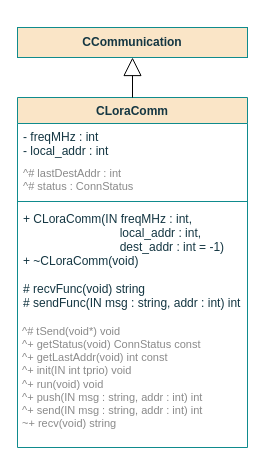
ESRGgroup9/slipad keeps this draw.io diagram as page "Class" (1 of 4) of documentation/flowcharts/02Classes/CLoraComm.drawio. Above is the earlier version. Source tidied: cells renumbered, new cells numbered last; positions are measured from the earlier drawing's top-left corner, leaving out a move shared by most shapes. Both pictures are drawn from the tidied source at 100%, with x=0, y=0 at pixel (17, 27).
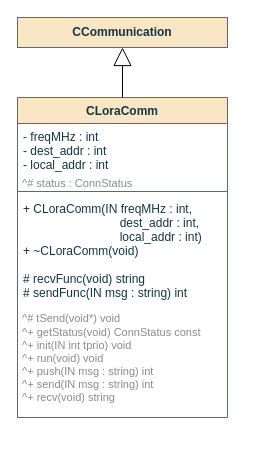
The same diagram, later.

Diff of the diagram source:
```diff
@@
 <mxGraphModel>
   <root>
     <mxCell id="0" />
     <mxCell id="1" parent="0" />
     <mxCell id="2" value="CLoraComm" style="swimlane;fontStyle=1;align=center;verticalAlign=top;horizontal=1;startSize=26;fillColor=#FAE5C7;strokeColor=#0F8B8D;fontColor=#143642;" parent="1" vertex="1">
-      <mxGeometry y="70" width="230" height="350" as="geometry" />
+      <mxGeometry y="70" width="210" height="320" as="geometry" />
     </mxCell>
-    <mxCell id="3" value="- freqMHz : int&#10;- local_addr : int&#10;&#10;&#10;&#10;&#10;&#10;" style="text;strokeColor=none;fillColor=none;align=left;verticalAlign=top;spacingLeft=4;spacingRight=4;overflow=hidden;fontColor=#143642;" parent="2" vertex="1">
-      <mxGeometry y="26" width="230" height="74" as="geometry" />
+    <mxCell id="3" value="- freqMHz : int&#10;- dest_addr : int&#10;- local_addr : int&#10;&#10;&#10;&#10;&#10;&#10;" style="text;strokeColor=none;fillColor=none;align=left;verticalAlign=top;spacingLeft=4;spacingRight=4;overflow=hidden;fontColor=#143642;" parent="2" vertex="1">
+      <mxGeometry y="26" width="210" height="64" as="geometry" />
     </mxCell>
     <mxCell id="4" style="line;strokeWidth=1;fillColor=none;align=left;verticalAlign=middle;spacingTop=-1;spacingLeft=3;spacingRight=3;labelPosition=right;labelBackgroundColor=#DAD2D8;strokeColor=#0F8B8D;fontColor=#143642;" parent="2" vertex="1">
-      <mxGeometry y="100" width="230" height="8" as="geometry" />
+      <mxGeometry y="90" width="210" height="8" as="geometry" />
     </mxCell>
-    <mxCell id="5" value="+ CLoraComm(IN freqMHz : int,&#10;                             local_addr : int,&#10;                             dest_addr : int = -1)&#10;+ ~CLoraComm(void)&#10;&#10;# recvFunc(void) string&#10;# sendFunc(IN msg : string, addr : int) int &#10;&#10;&#10;&#10;" style="text;strokeColor=none;fillColor=none;align=left;verticalAlign=top;spacingLeft=4;spacingRight=4;overflow=hidden;fontColor=#143642;" parent="2" vertex="1">
-      <mxGeometry y="108" width="230" height="242" as="geometry" />
+    <mxCell id="5" value="+ CLoraComm(IN freqMHz : int,&#10;                             dest_addr : int,&#10;                             local_addr : int)&#10;+ ~CLoraComm(void)&#10;&#10;# recvFunc(void) string&#10;# sendFunc(IN msg : string) int &#10;&#10;&#10;&#10;" style="text;strokeColor=none;fillColor=none;align=left;verticalAlign=top;spacingLeft=4;spacingRight=4;overflow=hidden;fontColor=#143642;" parent="2" vertex="1">
+      <mxGeometry y="98" width="210" height="222" as="geometry" />
     </mxCell>
     <mxCell id="6" value="CCommunication" style="rounded=0;whiteSpace=wrap;html=1;sketch=0;fontColor=#143642;strokeColor=#0F8B8D;fillColor=#FAE5C7;fontStyle=1;" parent="1" vertex="1">
-      <mxGeometry width="230" height="30" as="geometry" />
+      <mxGeometry y="-10" width="210" height="30" as="geometry" />
     </mxCell>
     <mxCell id="7" style="endArrow=block;endSize=16;endFill=0;html=1;rounded=0;exitX=0.5;exitY=0;exitDx=0;exitDy=0;entryX=0.5;entryY=1;entryDx=0;entryDy=0;" parent="1" edge="1" source="2" target="6">
       <mxGeometry relative="1" as="geometry" />
     </mxCell>
-    <mxCell id="8" value="&lt;div style=&quot;font-size: 11px&quot;&gt;&lt;font style=&quot;font-size: 11px&quot; color=&quot;#8A8A8A&quot;&gt;^# tSend(void*) void&lt;br&gt;&lt;/font&gt;&lt;/div&gt;&lt;font color=&quot;#8A8A8A&quot;&gt;^+ getStatus(void) ConnStatus const&lt;br&gt;^+ getLastAddr(void) int const&lt;br&gt;^+ init(IN int tprio) void&lt;br&gt;^+ run(void) void&lt;br&gt;^+ push(IN msg : string, addr : int) int&lt;br&gt;^+ send(IN msg : string, addr : int) int&lt;br&gt;~+ recv(void) string&lt;/font&gt;&lt;font style=&quot;font-size: 11px&quot; color=&quot;#8A8A8A&quot;&gt;&lt;/font&gt;" style="text;html=1;align=left;verticalAlign=middle;strokeColor=none;fillColor=none;opacity=10;fontSize=11;" parent="1" vertex="1">
-      <mxGeometry x="3" y="290" width="210" height="120" as="geometry" />
+    <mxCell id="8" value="&lt;div style=&quot;font-size: 11px&quot;&gt;&lt;font style=&quot;font-size: 11px&quot; color=&quot;#8A8A8A&quot;&gt;^# tSend(void*) void&lt;br&gt;&lt;/font&gt;&lt;/div&gt;&lt;div style=&quot;font-size: 11px&quot;&gt;&lt;font style=&quot;font-size: 11px&quot; color=&quot;#8A8A8A&quot;&gt;^+ getStatus(void) ConnStatus const&lt;br style=&quot;font-size: 11px&quot;&gt;&lt;/font&gt;&lt;/div&gt;&lt;div style=&quot;font-size: 11px&quot;&gt;&lt;div style=&quot;font-size: 11px&quot;&gt;&lt;font style=&quot;font-size: 11px&quot; color=&quot;#8A8A8A&quot;&gt;^+ init(IN int tprio) void&lt;/font&gt;&lt;/div&gt;&lt;font style=&quot;font-size: 11px&quot; color=&quot;#8A8A8A&quot;&gt;^+ run(void) void&lt;/font&gt;&lt;/div&gt;&lt;font style=&quot;font-size: 11px&quot; color=&quot;#8A8A8A&quot;&gt;^+ push(IN msg : string) int&lt;br style=&quot;font-size: 11px&quot;&gt;^+ send(IN msg : string) int&lt;br style=&quot;font-size: 11px&quot;&gt;^+ recv(void) string&lt;/font&gt;" style="text;html=1;align=left;verticalAlign=middle;strokeColor=none;fillColor=none;opacity=10;fontSize=11;" parent="1" vertex="1">
+      <mxGeometry x="3" y="276" width="210" height="110" as="geometry" />
     </mxCell>
-    <mxCell id="9" value="&lt;br&gt;&lt;div&gt;&lt;font style=&quot;font-size: 11px&quot; color=&quot;#8A8A8A&quot;&gt;^# lastDestAddr : int&lt;br&gt;&lt;/font&gt;&lt;/div&gt;&lt;div&gt;&lt;font style=&quot;font-size: 11px&quot; color=&quot;#8A8A8A&quot;&gt;^# status : ConnStatus&lt;br&gt;&lt;/font&gt;&lt;/div&gt;" style="text;html=1;align=left;verticalAlign=middle;strokeColor=none;fillColor=none;opacity=10;fontSize=11;" parent="1" vertex="1">
-      <mxGeometry x="4" y="121" width="140" height="50" as="geometry" />
+    <mxCell id="9" value="&lt;br&gt;&lt;div&gt;&lt;font style=&quot;font-size: 11px&quot; color=&quot;#8A8A8A&quot;&gt;^# status : ConnStatus&lt;br&gt;&lt;/font&gt;&lt;/div&gt;" style="text;html=1;align=left;verticalAlign=middle;strokeColor=none;fillColor=none;opacity=10;fontSize=11;" parent="1" vertex="1">
+      <mxGeometry x="3" y="134" width="140" height="30" as="geometry" />
     </mxCell>
   </root>
 </mxGraphModel>
```
